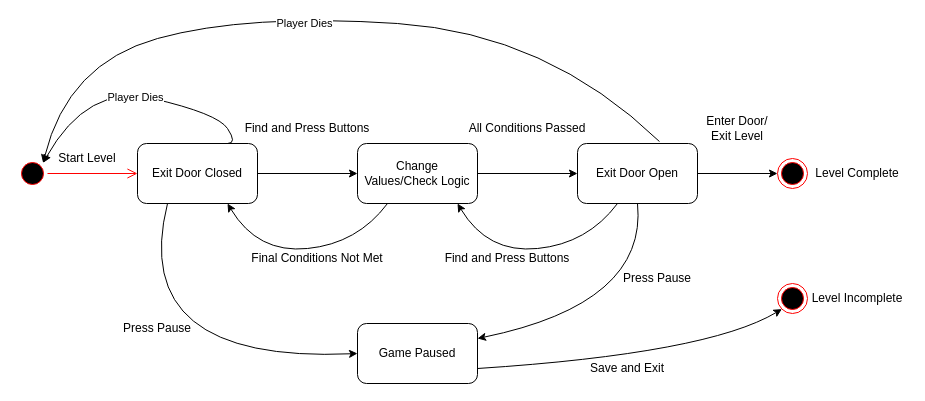
The draw.io diagram Drawio Files/State_Diagram_New.drawio in jgharrison1/Logical-Gate, before the edit. Source tidied: cells renumbered, new cells numbered last; positions are measured from the earlier drawing's top-left corner, leaving out a move shared by most shapes. Both pictures are drawn from the tidied source at 100%, with x=0, y=0 at pixel (17, 13).
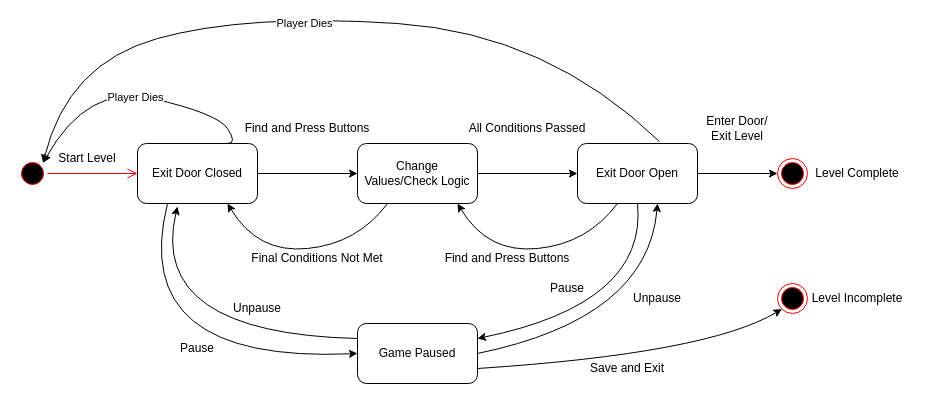
The same diagram, later.

The change refers to these unchanged cells:
```xml
<mxCell id="3" value="Exit Door Open" style="rounded=1;whiteSpace=wrap;html=1;" parent="1" vertex="1">
  <mxGeometry x="560" y="130" width="120" height="60" as="geometry" />
</mxCell>
<mxCell id="7" value="Exit Door Closed" style="rounded=1;whiteSpace=wrap;html=1;" parent="1" vertex="1">
  <mxGeometry x="120" y="130" width="120" height="60" as="geometry" />
</mxCell>
<mxCell id="15" value="Game Paused" style="rounded=1;whiteSpace=wrap;html=1;" parent="1" vertex="1">
  <mxGeometry x="340" y="310" width="120" height="60" as="geometry" />
</mxCell>
```

Change to the diagram source:
```diff
@@
-    <mxCell id="13" style="curved=1;endArrow=classic;html=1;rounded=0;exitX=0.25;exitY=1;exitDx=0;exitDy=0;entryX=0;entryY=0.5;entryDx=0;entryDy=0;" parent="1" edge="1" source="7" target="15">
+    <mxCell id="13" style="curved=1;endArrow=classic;html=1;rounded=0;exitX=0.25;exitY=1;exitDx=0;exitDy=0;entryX=0;entryY=0.5;entryDx=0;entryDy=0;startArrow=none;startFill=0;" parent="1" edge="1" source="7" target="15">
       <mxGeometry relative="1" as="geometry">
         <Array as="points">
           <mxPoint x="110" y="350" />
         </Array>
       </mxGeometry>
     </mxCell>
@@
-    <mxCell id="16" style="curved=1;endArrow=classic;html=1;rounded=0;exitX=0.5;exitY=1;exitDx=0;exitDy=0;entryX=1;entryY=0.25;entryDx=0;entryDy=0;" parent="1" edge="1" source="3" target="15">
+    <mxCell id="16" style="curved=1;endArrow=classic;html=1;rounded=0;exitX=0.5;exitY=1;exitDx=0;exitDy=0;entryX=1;entryY=0.25;entryDx=0;entryDy=0;startArrow=none;startFill=0;" parent="1" edge="1" source="3" target="15">
       <mxGeometry relative="1" as="geometry">
         <Array as="points">
           <mxPoint x="630" y="290" />
         </Array>
       </mxGeometry>
     </mxCell>
@@
-    <mxCell id="19" value="Press Pause" style="text;html=1;align=center;verticalAlign=middle;whiteSpace=wrap;rounded=0;" parent="1" vertex="1">
-      <mxGeometry x="100" y="300" width="80" height="30" as="geometry" />
+    <mxCell id="19" value="Pause" style="text;html=1;align=center;verticalAlign=middle;whiteSpace=wrap;rounded=0;" parent="1" vertex="1">
+      <mxGeometry x="140" y="320" width="80" height="30" as="geometry" />
     </mxCell>
-    <mxCell id="20" value="Press Pause" style="text;html=1;align=center;verticalAlign=middle;whiteSpace=wrap;rounded=0;" parent="1" vertex="1">
-      <mxGeometry x="600" y="250" width="80" height="30" as="geometry" />
+    <mxCell id="20" value="Pause" style="text;html=1;align=center;verticalAlign=middle;whiteSpace=wrap;rounded=0;" parent="1" vertex="1">
+      <mxGeometry x="510" y="260" width="80" height="30" as="geometry" />
     </mxCell>
@@
+    <mxCell id="33" style="curved=1;endArrow=none;html=1;rounded=0;exitX=0.333;exitY=1.05;exitDx=0;exitDy=0;entryX=0;entryY=0.5;entryDx=0;entryDy=0;startArrow=classic;startFill=1;exitPerimeter=0;endFill=0;" parent="1" edge="1" source="7">
+      <mxGeometry relative="1" as="geometry">
+        <mxPoint x="340" y="325" as="targetPoint" />
+        <Array as="points">
+          <mxPoint x="130" y="320" />
+        </Array>
+      </mxGeometry>
+    </mxCell>
+    <mxCell id="34" style="curved=1;endArrow=none;html=1;rounded=0;exitX=0.667;exitY=1;exitDx=0;exitDy=0;entryX=1;entryY=0.25;entryDx=0;entryDy=0;startArrow=classic;startFill=1;exitPerimeter=0;endFill=0;" parent="1" edge="1" source="3">
+      <mxGeometry relative="1" as="geometry">
+        <mxPoint x="460" y="340" as="targetPoint" />
+        <Array as="points">
+          <mxPoint x="630" y="305" />
+        </Array>
+      </mxGeometry>
+    </mxCell>
+    <mxCell id="35" value="Unpause" style="text;html=1;align=center;verticalAlign=middle;whiteSpace=wrap;rounded=0;" parent="1" vertex="1">
+      <mxGeometry x="200" y="280" width="80" height="30" as="geometry" />
+    </mxCell>
+    <mxCell id="36" value="Unpause" style="text;html=1;align=center;verticalAlign=middle;whiteSpace=wrap;rounded=0;" parent="1" vertex="1">
+      <mxGeometry x="600" y="270" width="80" height="30" as="geometry" />
+    </mxCell>
```
